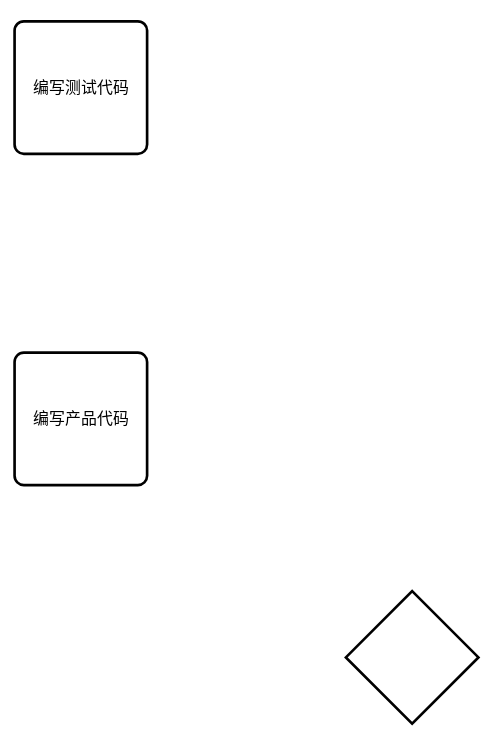
Echo-Yanglulu/obsidianPrivateNote keeps this draw.io diagram as 笔记/前端/工程化/质量/Untitled Diagram.svg. Above is the earlier version. Source tidied: cells renumbered, new cells last; positions are measured from the earlier drawing's top-left corner, leaving out a move shared by most shapes. The source it was exported from:
```xml
<mxGraphModel>
  <root>
    <mxCell id="0" />
    <mxCell id="1" parent="0" />
    <mxCell id="2" style="strokeWidth=2;html=1;shape=mxgraph.flowchart.decision;whiteSpace=wrap;" parent="1" vertex="1">
      <mxGeometry x="250" y="430" width="100" height="100" as="geometry" />
    </mxCell>
    <mxCell id="3" value="编写测试代码" style="rounded=1;whiteSpace=wrap;html=1;absoluteArcSize=1;arcSize=14;strokeWidth=2;" parent="1" vertex="1">
      <mxGeometry width="100" height="100" as="geometry" />
    </mxCell>
    <mxCell id="4" value="编写产品代码" style="rounded=1;whiteSpace=wrap;html=1;absoluteArcSize=1;arcSize=14;strokeWidth=2;" parent="1" vertex="1">
      <mxGeometry y="250" width="100" height="100" as="geometry" />
    </mxCell>
  </root>
</mxGraphModel>
```
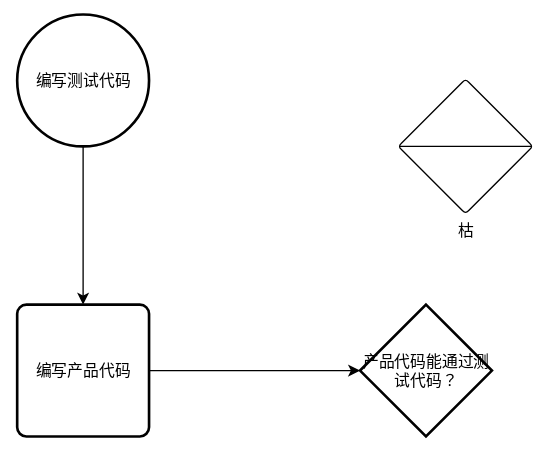
The same diagram one commit later.

Diff of the diagram source:
```diff
@@ -2,14 +2,23 @@
   <root>
     <mxCell id="0" />
     <mxCell id="1" parent="0" />
-    <mxCell id="2" style="strokeWidth=2;html=1;shape=mxgraph.flowchart.decision;whiteSpace=wrap;" parent="1" vertex="1">
-      <mxGeometry x="250" y="430" width="100" height="100" as="geometry" />
+    <mxCell id="2" value="产品代码能通过测试代码？" style="strokeWidth=2;html=1;shape=mxgraph.flowchart.decision;whiteSpace=wrap;" parent="1" vertex="1">
+      <mxGeometry x="260" y="250" width="100" height="100" as="geometry" />
     </mxCell>
+    <mxCell id="5" style="edgeStyle=none;html=1;" parent="1" edge="1" source="3" target="4">
+      <mxGeometry relative="1" as="geometry" />
+    </mxCell>
+    <mxCell id="6" style="edgeStyle=none;html=1;" parent="1" edge="1" source="4" target="2">
+      <mxGeometry relative="1" as="geometry" />
+    </mxCell>
+    <mxCell id="4" value="编写产品代码" style="rounded=1;whiteSpace=wrap;html=1;absoluteArcSize=1;arcSize=14;strokeWidth=2;" parent="1" vertex="1">
+      <mxGeometry y="250" width="100" height="100" as="geometry" />
+    </mxCell>
+    <mxCell id="7" value="枯" style="verticalLabelPosition=bottom;verticalAlign=top;html=1;shape=mxgraph.flowchart.sort;" parent="1" vertex="1">
+      <mxGeometry x="290" y="80" width="100" height="100" as="geometry" />
+    </mxCell>
-    <mxCell id="3" value="编写测试代码" style="rounded=1;whiteSpace=wrap;html=1;absoluteArcSize=1;arcSize=14;strokeWidth=2;" parent="1" vertex="1">
-      <mxGeometry width="100" height="100" as="geometry" />
+    <mxCell id="3" value="&lt;span&gt;编写测试代码&lt;/span&gt;" style="strokeWidth=2;html=1;shape=mxgraph.flowchart.start_2;whiteSpace=wrap;" parent="1" vertex="1">
+      <mxGeometry y="30" width="100" height="100" as="geometry" />
     </mxCell>
-    <mxCell id="4" value="编写产品代码" style="rounded=1;whiteSpace=wrap;html=1;absoluteArcSize=1;arcSize=14;strokeWidth=2;" parent="1" vertex="1">
-      <mxGeometry y="250" width="100" height="100" as="geometry" />
-    </mxCell>
   </root>
 </mxGraphModel>
```
